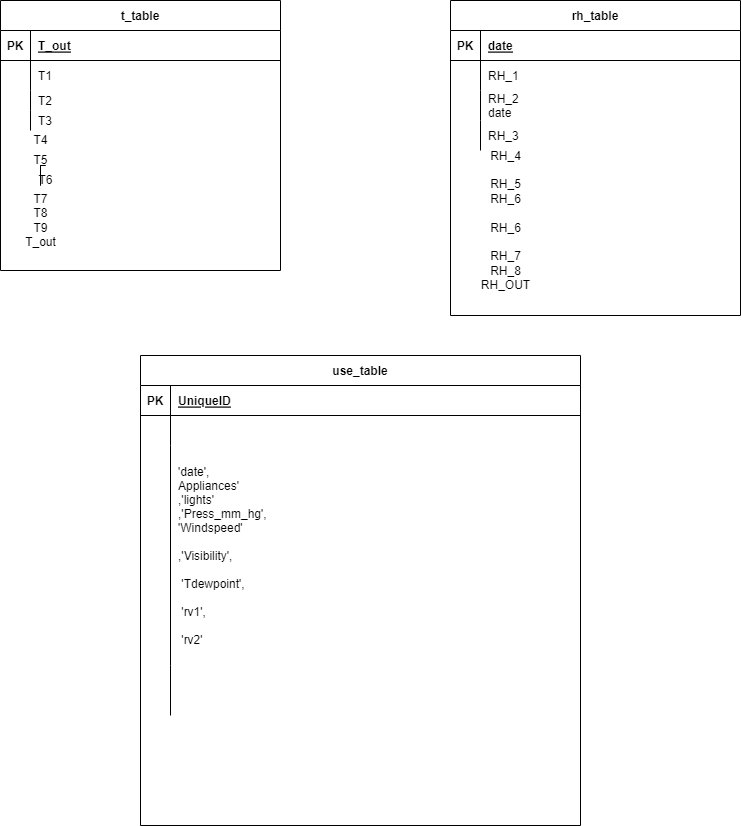
The draw.io diagram DATA MODEL AND WAREHOUSE/table_str.drawio.png in asjad895/DATA-ENGINEERING, before a commit. Source tidied: cells renumbered, new cells last; positions are measured from the earlier drawing's top-left corner, leaving out a move shared by most shapes.
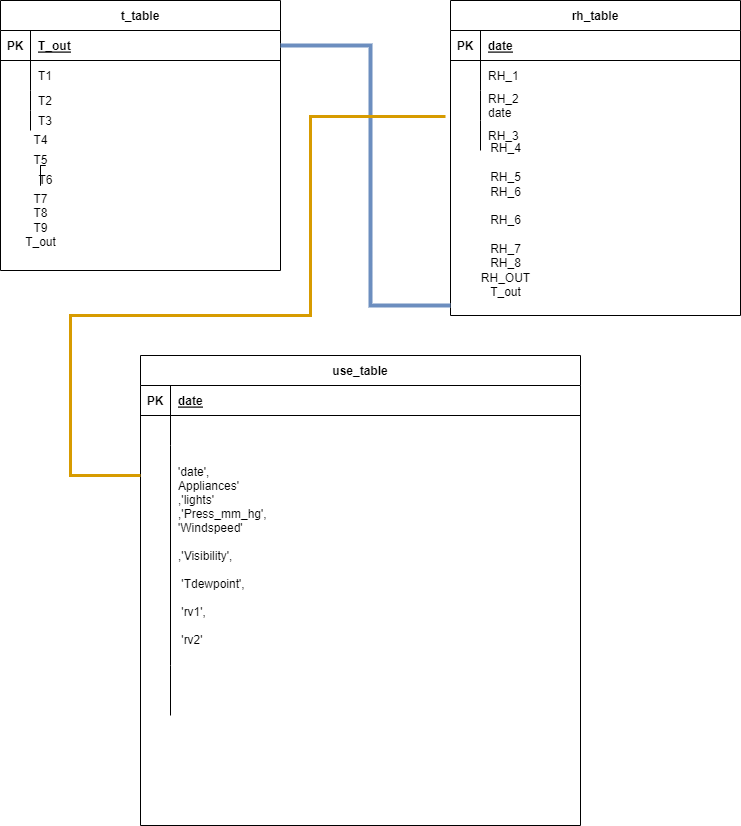
Later version of the same file.

Diff of the diagram source:
```diff
@@ -89,7 +89,7 @@
     <mxCell id="30" value="PK" style="shape=partialRectangle;fillColor=none;top=0;left=0;bottom=0;right=0;fontStyle=1;overflow=hidden;" parent="29" vertex="1">
       <mxGeometry width="30" height="30" as="geometry" />
     </mxCell>
-    <mxCell id="31" value="UniqueID" style="shape=partialRectangle;fillColor=none;top=0;left=0;bottom=0;right=0;align=left;spacingLeft=6;fontStyle=5;overflow=hidden;" parent="29" vertex="1">
+    <mxCell id="31" value="date" style="shape=partialRectangle;fillColor=none;top=0;left=0;bottom=0;right=0;align=left;spacingLeft=6;fontStyle=5;overflow=hidden;" parent="29" vertex="1">
       <mxGeometry x="30" width="410" height="30" as="geometry" />
     </mxCell>
     <mxCell id="32" style="shape=tableRow;horizontal=0;startSize=0;swimlaneHead=0;swimlaneBody=0;fillColor=none;top=0;left=0;right=0;bottom=0;" parent="28" vertex="1">
@@ -128,8 +128,8 @@
     <mxCell id="43" value="T7&lt;br&gt;T8&lt;br&gt;T9&lt;br&gt;T_out" style="text;html=1;align=center;verticalAlign=middle;points=[];strokeColor=none;fillColor=none;" parent="1" vertex="1">
       <mxGeometry x="15" y="185" width="50" height="70" as="geometry" />
     </mxCell>
-    <mxCell id="44" value="RH_4&lt;br&gt;&lt;br&gt;RH_5&lt;br&gt;RH_6&lt;br&gt;&lt;br&gt;RH_6&lt;br&gt;&lt;br&gt;RH_7&lt;br&gt;RH_8&lt;br&gt;RH_OUT" style="text;html=1;align=center;verticalAlign=middle;strokeColor=none;fillColor=none;" parent="1" vertex="1">
-      <mxGeometry x="470" y="140" width="70" height="160" as="geometry" />
+    <mxCell id="44" value="RH_4&lt;br&gt;&lt;br&gt;RH_5&lt;br&gt;RH_6&lt;br&gt;&lt;br&gt;RH_6&lt;br&gt;&lt;br&gt;RH_7&lt;br&gt;RH_8&lt;br&gt;RH_OUT&lt;br&gt;T_out" style="text;html=1;align=center;verticalAlign=middle;strokeColor=none;fillColor=none;" parent="1" vertex="1">
+      <mxGeometry x="470" y="135" width="70" height="170" as="geometry" />
     </mxCell>
     <mxCell id="45" style="edgeStyle=orthogonalEdgeStyle;rounded=0;jettySize=auto;html=1;endArrow=none;" parent="1" edge="1" source="43" target="47">
       <mxGeometry relative="1" as="geometry" />
@@ -140,5 +140,28 @@
     <mxCell id="47" value="T6" style="text;html=1;align=center;verticalAlign=middle;points=[];strokeColor=none;fillColor=none;" parent="1" vertex="1">
       <mxGeometry x="25" y="165" width="40" height="30" as="geometry" />
     </mxCell>
+    <mxCell id="48" style="endArrow=none;html=1;rounded=0;fillColor=#dae8fc;strokeColor=#6c8ebf;strokeWidth=4;" parent="1" edge="1">
+      <mxGeometry relative="1" as="geometry">
+        <mxPoint x="280" y="45" as="sourcePoint" />
+        <mxPoint x="450" y="305" as="targetPoint" />
+        <Array as="points">
+          <mxPoint x="280" y="45" />
+          <mxPoint x="370" y="45" />
+          <mxPoint x="370" y="305" />
+        </Array>
+      </mxGeometry>
+    </mxCell>
+    <mxCell id="49" style="endArrow=none;html=1;rounded=0;entryX=-0.017;entryY=0.867;entryDx=0;entryDy=0;entryPerimeter=0;fillColor=#ffe6cc;strokeColor=#d79b00;strokeWidth=3;" parent="1" edge="1" target="22">
+      <mxGeometry relative="1" as="geometry">
+        <mxPoint x="130" y="475" as="sourcePoint" />
+        <Array as="points">
+          <mxPoint x="140" y="475" />
+          <mxPoint x="70" y="475" />
+          <mxPoint x="70" y="315" />
+          <mxPoint x="310" y="315" />
+          <mxPoint x="310" y="116" />
+        </Array>
+      </mxGeometry>
+    </mxCell>
   </root>
 </mxGraphModel>
```
